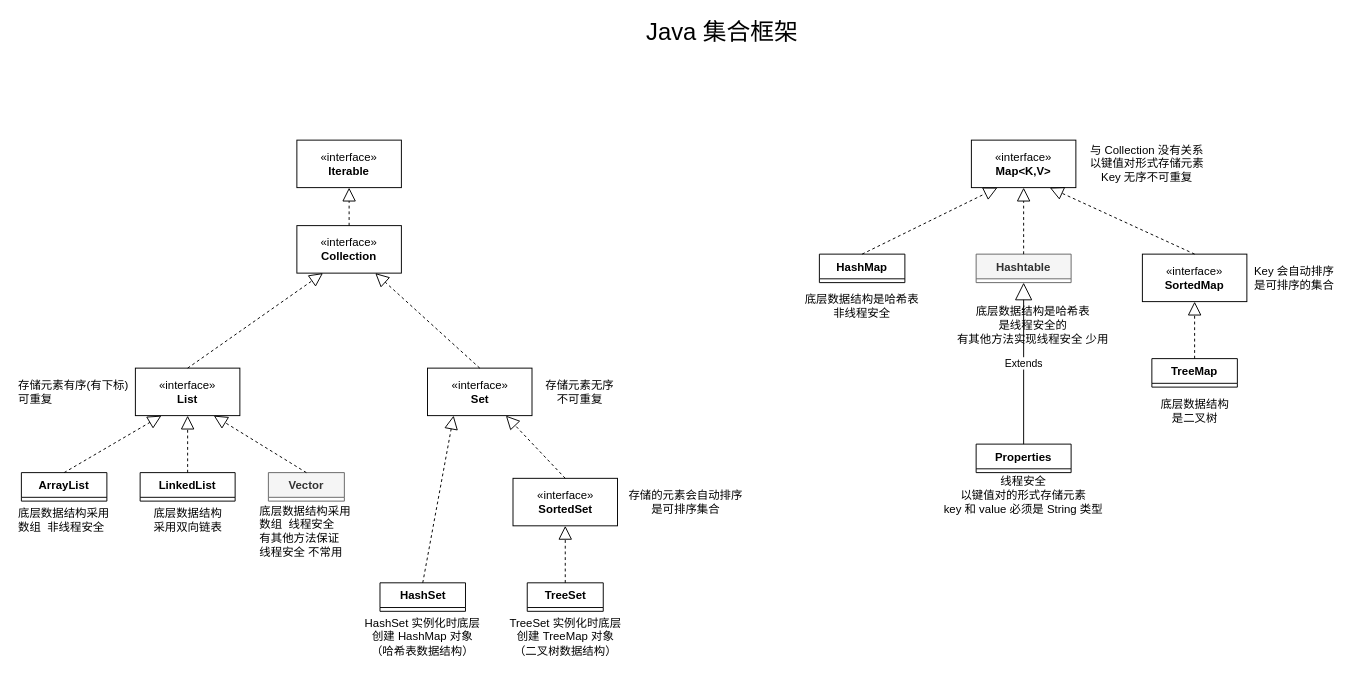
Above: Java集合框架.drawio in Bluuur/draw.io (draw.io), before the change. Source tidied: cells renumbered, new cells numbered last; positions are measured from the earlier drawing's top-left corner, leaving out a move shared by most shapes. Both pictures are drawn from the tidied source at 95%, with x=0, y=0 at pixel (16, 16).
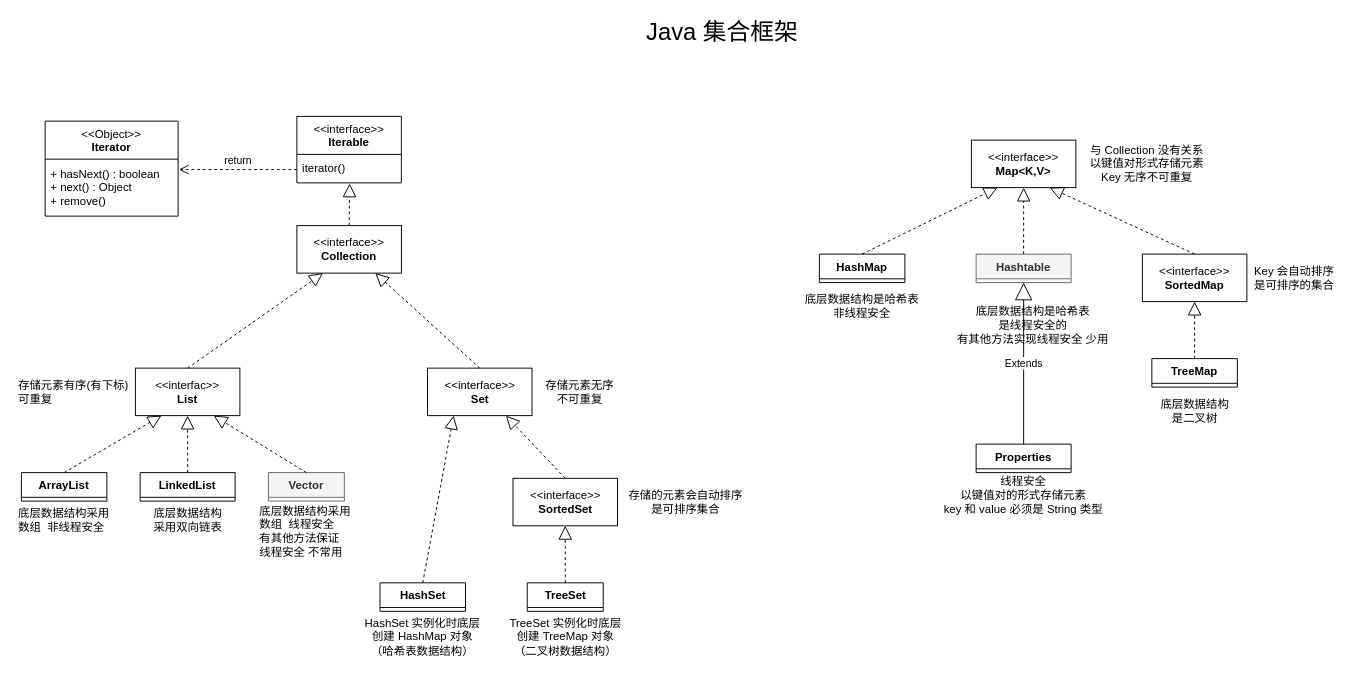
The same page after the edit.

Commit message (it also covers changes not shown here):
更新Java集合框架.drawio

What changed in the source:
```diff
@@
-    <mxCell id="2" value="«interface»&lt;br&gt;&lt;b&gt;Iterable&lt;br&gt;&lt;/b&gt;" style="html=1;whiteSpace=wrap;" parent="1" vertex="1">
-      <mxGeometry x="295" y="130" width="110" height="50" as="geometry" />
-    </mxCell>
-    <mxCell id="3" value="«interface»&lt;br&gt;&lt;b&gt;Collection&lt;br&gt;&lt;/b&gt;" style="html=1;whiteSpace=wrap;" parent="1" vertex="1">
+    <mxCell id="3" value="&amp;lt;&amp;lt;interface&amp;gt;&amp;gt;&lt;br&gt;&lt;b&gt;Collection&lt;br&gt;&lt;/b&gt;" style="html=1;whiteSpace=wrap;" parent="1" vertex="1">
       <mxGeometry x="295" y="220" width="110" height="50" as="geometry" />
     </mxCell>
-    <mxCell id="4" style="endArrow=block;dashed=1;endFill=0;endSize=12;html=1;rounded=0;entryX=0.5;entryY=1;entryDx=0;entryDy=0;exitX=0.5;exitY=0;exitDx=0;exitDy=0;" parent="1" edge="1" source="3" target="2">
+    <mxCell id="4" style="endArrow=block;dashed=1;endFill=0;endSize=12;html=1;rounded=0;exitX=0.5;exitY=0;exitDx=0;exitDy=0;entryX=0.505;entryY=1.02;entryDx=0;entryDy=0;entryPerimeter=0;" parent="1" edge="1" source="3" target="48">
       <mxGeometry relative="1" as="geometry" />
     </mxCell>
-    <mxCell id="5" value="«interface»&lt;br&gt;&lt;b&gt;List&lt;/b&gt;" style="html=1;whiteSpace=wrap;" parent="1" vertex="1">
+    <mxCell id="5" value="&amp;lt;&amp;lt;interfac&amp;gt;&amp;gt;&lt;br&gt;&lt;b&gt;List&lt;/b&gt;" style="html=1;whiteSpace=wrap;" parent="1" vertex="1">
       <mxGeometry x="125" y="370" width="110" height="50" as="geometry" />
     </mxCell>
@@
-    <mxCell id="7" value="«interface»&lt;br&gt;&lt;b&gt;Set&lt;br&gt;&lt;/b&gt;" style="html=1;whiteSpace=wrap;" parent="1" vertex="1">
+    <mxCell id="7" value="&amp;lt;&amp;lt;interface&amp;gt;&amp;gt;&lt;br&gt;&lt;b&gt;Set&lt;br&gt;&lt;/b&gt;" style="html=1;whiteSpace=wrap;" parent="1" vertex="1">
       <mxGeometry x="432.5" y="370" width="110" height="50" as="geometry" />
     </mxCell>
@@
-    <mxCell id="17" value="«interface»&lt;br&gt;&lt;b&gt;SortedSet&lt;/b&gt;" style="html=1;whiteSpace=wrap;" parent="1" vertex="1">
+    <mxCell id="17" value="&amp;lt;&amp;lt;interface&amp;gt;&amp;gt;&lt;br&gt;&lt;b&gt;SortedSet&lt;/b&gt;" style="html=1;whiteSpace=wrap;" parent="1" vertex="1">
       <mxGeometry x="522.5" y="486" width="110" height="50" as="geometry" />
     </mxCell>
@@
-    <mxCell id="19" value="«interface»&lt;br&gt;&lt;b&gt;Map&amp;lt;K,V&amp;gt;&lt;/b&gt;" style="html=1;whiteSpace=wrap;" parent="1" vertex="1">
+    <mxCell id="19" value="&amp;lt;&amp;lt;interface&amp;gt;&amp;gt;&lt;br&gt;&lt;b&gt;Map&amp;lt;K,V&amp;gt;&lt;/b&gt;" style="html=1;whiteSpace=wrap;" parent="1" vertex="1">
       <mxGeometry x="1005" y="130" width="110" height="50" as="geometry" />
     </mxCell>
@@
-    <mxCell id="30" value="«interface»&lt;br&gt;&lt;b&gt;SortedMap&lt;/b&gt;" style="html=1;whiteSpace=wrap;" parent="1" vertex="1">
+    <mxCell id="30" value="&amp;lt;&amp;lt;interface&amp;gt;&amp;gt;&lt;br&gt;&lt;b&gt;SortedMap&lt;/b&gt;" style="html=1;whiteSpace=wrap;" parent="1" vertex="1">
       <mxGeometry x="1185" y="250" width="110" height="50" as="geometry" />
     </mxCell>
@@
+    <mxCell id="47" value="&amp;lt;&amp;lt;interface&amp;gt;&amp;gt;&lt;br style=&quot;border-color: var(--border-color);&quot;&gt;&lt;b style=&quot;border-color: var(--border-color);&quot;&gt;Iterable&lt;/b&gt;" style="swimlane;fontStyle=0;align=center;verticalAlign=top;horizontal=1;startSize=40;html=1;whiteSpace=wrap;" parent="1" vertex="1">
+      <mxGeometry x="295" y="105" width="110" height="70" as="geometry" />
+    </mxCell>
+    <mxCell id="48" value="iterator()" style="text;html=1;strokeColor=none;fillColor=none;align=left;verticalAlign=middle;spacingLeft=4;spacingRight=4;overflow=hidden;points=[[0,0.5],[1,0.5]];portConstraint=eastwest;whiteSpace=wrap;" parent="47" vertex="1">
+      <mxGeometry y="40" width="110" height="30" as="geometry" />
+    </mxCell>
+    <mxCell id="49" value="return" style="html=1;verticalAlign=bottom;endArrow=open;dashed=1;endSize=8;edgeStyle=elbowEdgeStyle;elbow=vertical;curved=0;rounded=0;entryX=1.006;entryY=0.191;entryDx=0;entryDy=0;entryPerimeter=0;" parent="1" edge="1" source="48" target="51">
+      <mxGeometry relative="1" as="geometry" />
+    </mxCell>
+    <mxCell id="50" value="&amp;lt;&amp;lt;Object&amp;gt;&amp;gt;&lt;br&gt;&lt;b&gt;Iterator&lt;/b&gt;" style="swimlane;fontStyle=0;align=center;verticalAlign=top;horizontal=1;startSize=40;html=1;whiteSpace=wrap;" parent="1" vertex="1">
+      <mxGeometry x="30" y="110" width="140" height="100" as="geometry" />
+    </mxCell>
+    <mxCell id="51" value="+ hasNext() : boolean&lt;br&gt;+ next() : Object&lt;br&gt;+ remove()" style="text;html=1;strokeColor=none;fillColor=none;align=left;verticalAlign=middle;spacingLeft=4;spacingRight=4;overflow=hidden;points=[[0,0.5],[1,0.5]];portConstraint=eastwest;whiteSpace=wrap;" parent="50" vertex="1">
+      <mxGeometry y="40" width="140" height="60" as="geometry" />
+    </mxCell>
```
